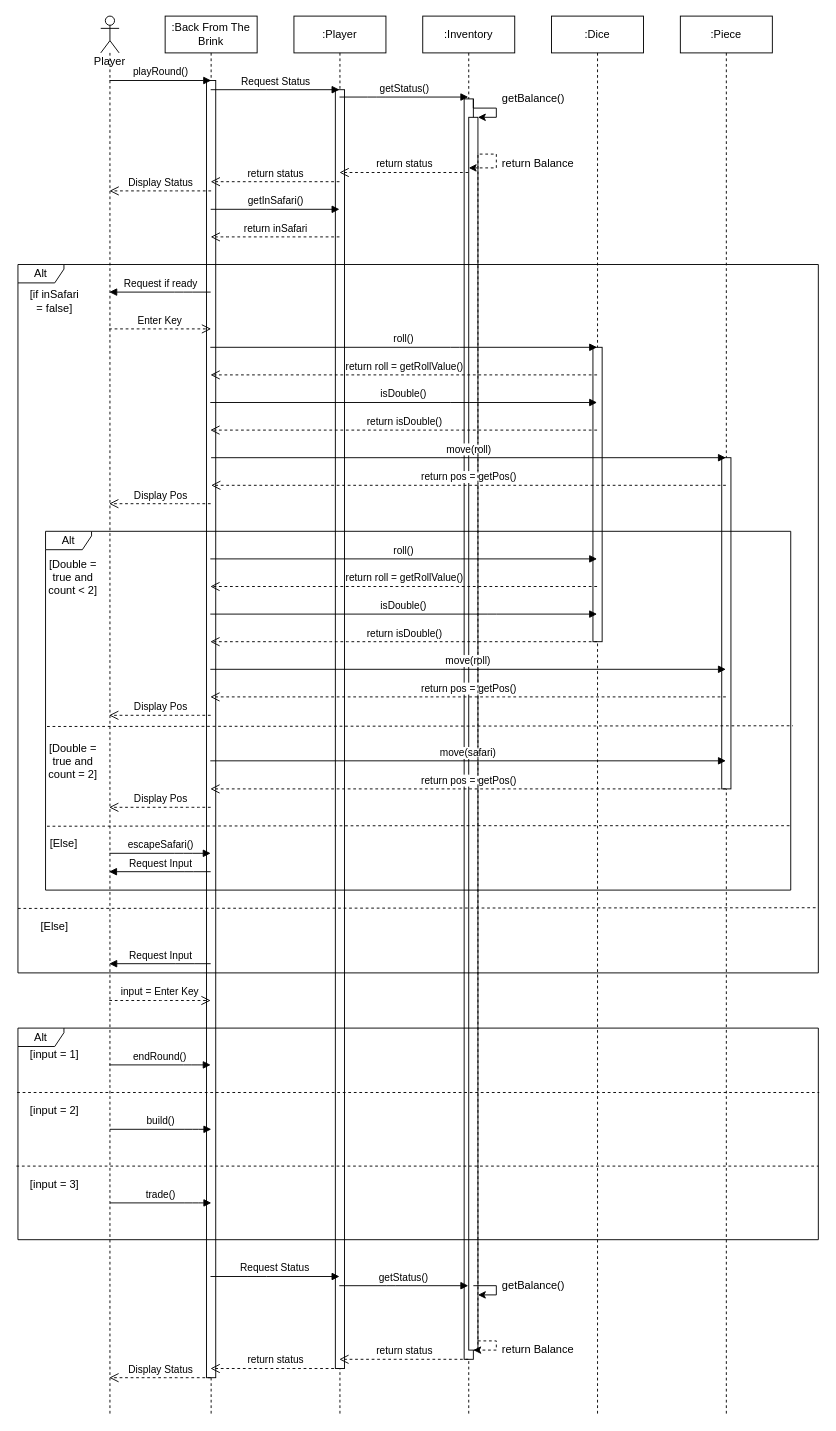
Above: Documentation/Sequence Diagrams/Take Turn SD (draft).drawio in cmcgarry5/csc2058-2021-g25 (draw.io), before the change. Source tidied: cells renumbered, new cells numbered last; positions are measured from the earlier drawing's top-left corner, leaving out a move shared by most shapes. Both pictures are drawn from the tidied source at 92%, with x=0, y=0 at pixel (16, 16).
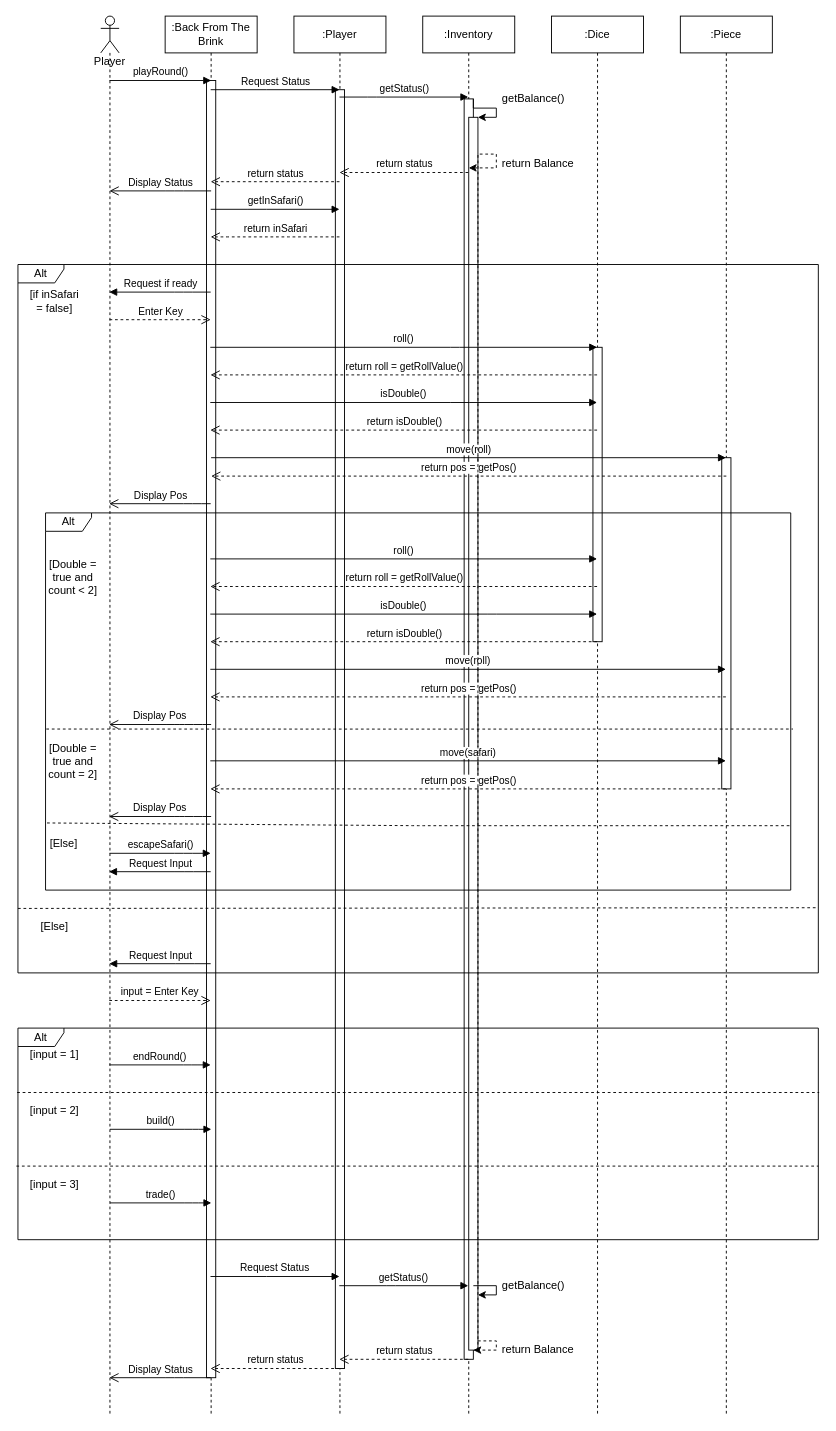
The same page after the edit.

Unchanged cells that the change refers to:
```xml
<mxCell id="2" value=":Back From The Brink" style="shape=umlLifeline;perimeter=lifelinePerimeter;whiteSpace=wrap;html=1;outlineConnect=0;" parent="1" vertex="1">
  <mxGeometry x="162" width="100" height="1520" as="geometry" />
</mxCell>
<mxCell id="5" value="Player" style="shape=umlLifeline;participant=umlActor;perimeter=lifelinePerimeter;whiteSpace=wrap;html=1;verticalAlign=top;spacingTop=36;outlineConnect=0;" parent="1" vertex="1">
  <mxGeometry x="92" width="20" height="1520" as="geometry" />
</mxCell>
```

What changed in the source:
```diff
@@
-    <mxCell id="23" value="Display Status" style="html=1;verticalAlign=bottom;endArrow=open;dashed=1;endSize=8;" parent="1" edge="1" target="5">
+    <mxCell id="23" value="Display Status" style="html=1;verticalAlign=bottom;endArrow=open;endSize=8;" parent="1" edge="1" target="5">
       <mxGeometry relative="1" as="geometry">
         <mxPoint x="212" y="190" as="sourcePoint" />
         <Array as="points">
           <mxPoint x="172" y="190" />
         </Array>
       </mxGeometry>
     </mxCell>
@@
-    <mxCell id="30" value="Display Status" style="html=1;verticalAlign=bottom;endArrow=open;dashed=1;endSize=8;" parent="1" edge="1">
+    <mxCell id="30" value="Display Status" style="html=1;verticalAlign=bottom;endArrow=open;endSize=8;" parent="1" edge="1">
       <mxGeometry relative="1" as="geometry">
         <mxPoint x="211.5" y="1480" as="sourcePoint" />
         <mxPoint x="101.3" y="1480" as="targetPoint" />
         <Array as="points">
           <mxPoint x="172" y="1480" />
         </Array>
       </mxGeometry>
     </mxCell>
@@
     <mxCell id="34" value="Alt" style="shape=umlFrame;whiteSpace=wrap;html=1;width=50;height=20;fixDash=0;" parent="1" vertex="1">
-      <mxGeometry x="32" y="560" width="810" height="390" as="geometry" />
+      <mxGeometry x="32" y="540" width="810" height="410" as="geometry" />
     </mxCell>
@@
-    <mxCell id="37" value="Enter Key" style="html=1;verticalAlign=bottom;endArrow=open;dashed=1;endSize=8;" parent="1" edge="1">
+    <mxCell id="37" value="Enter Key" style="html=1;verticalAlign=bottom;endArrow=open;dashed=1;endSize=8;" parent="1" edge="1" source="5" target="2">
       <mxGeometry relative="1" as="geometry">
-        <mxPoint x="101.1" y="340" as="sourcePoint" />
-        <mxPoint x="212" y="340" as="targetPoint" />
+        <Array as="points">
+          <mxPoint x="162" y="330" />
+        </Array>
       </mxGeometry>
     </mxCell>
@@
     <mxCell id="42" value="return pos = getPos()" style="html=1;verticalAlign=bottom;endArrow=open;dashed=1;endSize=8;" parent="1" edge="1">
       <mxGeometry relative="1" as="geometry">
-        <mxPoint x="771.5" y="510" as="sourcePoint" />
-        <mxPoint x="212" y="510" as="targetPoint" />
+        <mxPoint x="772" y="500" as="sourcePoint" />
+        <mxPoint x="212" y="500" as="targetPoint" />
         <Array as="points">
-          <mxPoint x="602" y="510" />
+          <mxPoint x="602" y="500" />
         </Array>
       </mxGeometry>
     </mxCell>
-    <mxCell id="43" value="Display Pos" style="html=1;verticalAlign=bottom;endArrow=open;dashed=1;endSize=8;" parent="1" edge="1">
+    <mxCell id="43" value="Display Pos" style="html=1;verticalAlign=bottom;endArrow=open;endSize=8;" parent="1" edge="1">
       <mxGeometry relative="1" as="geometry">
         <mxPoint x="211.5" y="530" as="sourcePoint" />
         <mxPoint x="101.1" y="530" as="targetPoint" />
         <Array as="points">
           <mxPoint x="192" y="530" />
-          <mxPoint x="172" y="530" />
         </Array>
       </mxGeometry>
     </mxCell>
@@
-    <mxCell id="45" style="endArrow=none;dashed=1;html=1;entryX=1.003;entryY=0.542;entryDx=0;entryDy=0;entryPerimeter=0;exitX=0.002;exitY=0.544;exitDx=0;exitDy=0;exitPerimeter=0;" parent="1" edge="1" source="34" target="34">
-      <mxGeometry relative="1" as="geometry" />
+    <mxCell id="45" style="endArrow=none;dashed=1;html=1;entryX=1.003;entryY=0.573;entryDx=0;entryDy=0;entryPerimeter=0;exitX=0.001;exitY=0.573;exitDx=0;exitDy=0;exitPerimeter=0;" parent="1" edge="1" source="34" target="34">
+      <mxGeometry relative="1" as="geometry">
+        <Array as="points">
+          <mxPoint x="437" y="775" />
+        </Array>
+      </mxGeometry>
     </mxCell>
@@
-    <mxCell id="52" value="Display Pos" style="html=1;verticalAlign=bottom;endArrow=open;dashed=1;endSize=8;" parent="1" edge="1">
+    <mxCell id="52" value="Display Pos" style="html=1;verticalAlign=bottom;endArrow=open;endSize=8;" parent="1" edge="1">
       <mxGeometry relative="1" as="geometry">
-        <mxPoint x="211.5" y="760" as="sourcePoint" />
-        <mxPoint x="101.1" y="760" as="targetPoint" />
+        <mxPoint x="212" y="770" as="sourcePoint" />
+        <mxPoint x="101" y="770" as="targetPoint" />
         <Array as="points">
-          <mxPoint x="192.7" y="760" />
-          <mxPoint x="172.7" y="760" />
+          <mxPoint x="193" y="770" />
+          <mxPoint x="173" y="770" />
         </Array>
       </mxGeometry>
     </mxCell>
@@
-    <mxCell id="56" value="Display Pos" style="html=1;verticalAlign=bottom;endArrow=open;dashed=1;endSize=8;" parent="1" edge="1">
+    <mxCell id="56" value="Display Pos" style="html=1;verticalAlign=bottom;endArrow=open;endSize=8;" parent="1" edge="1">
       <mxGeometry relative="1" as="geometry">
-        <mxPoint x="211.5" y="860" as="sourcePoint" />
-        <mxPoint x="101.1" y="860" as="targetPoint" />
+        <mxPoint x="212" y="870" as="sourcePoint" />
+        <mxPoint x="101" y="870" as="targetPoint" />
         <Array as="points">
-          <mxPoint x="193.2" y="860" />
-          <mxPoint x="173.2" y="860" />
+          <mxPoint x="193" y="870" />
+          <mxPoint x="173" y="870" />
         </Array>
       </mxGeometry>
     </mxCell>
```
